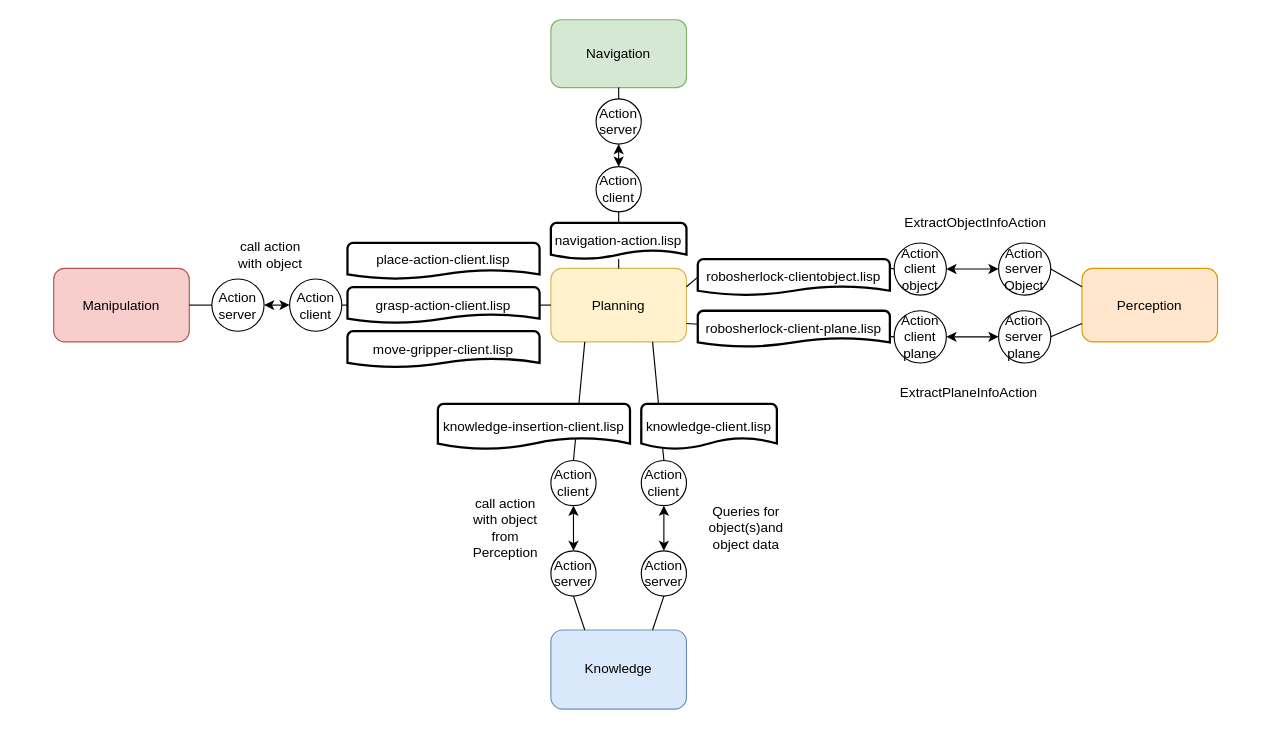
Earlier version of the draw.io diagram diagramms/Planning_with_files.drawio (SUTURO/suturo_resources). Source tidied: cells renumbered, new cells numbered last; positions are measured from the earlier drawing's top-left corner, leaving out a move shared by most shapes. Both pictures are drawn from the tidied source at 113%, with x=0, y=0 at pixel (53, 19).
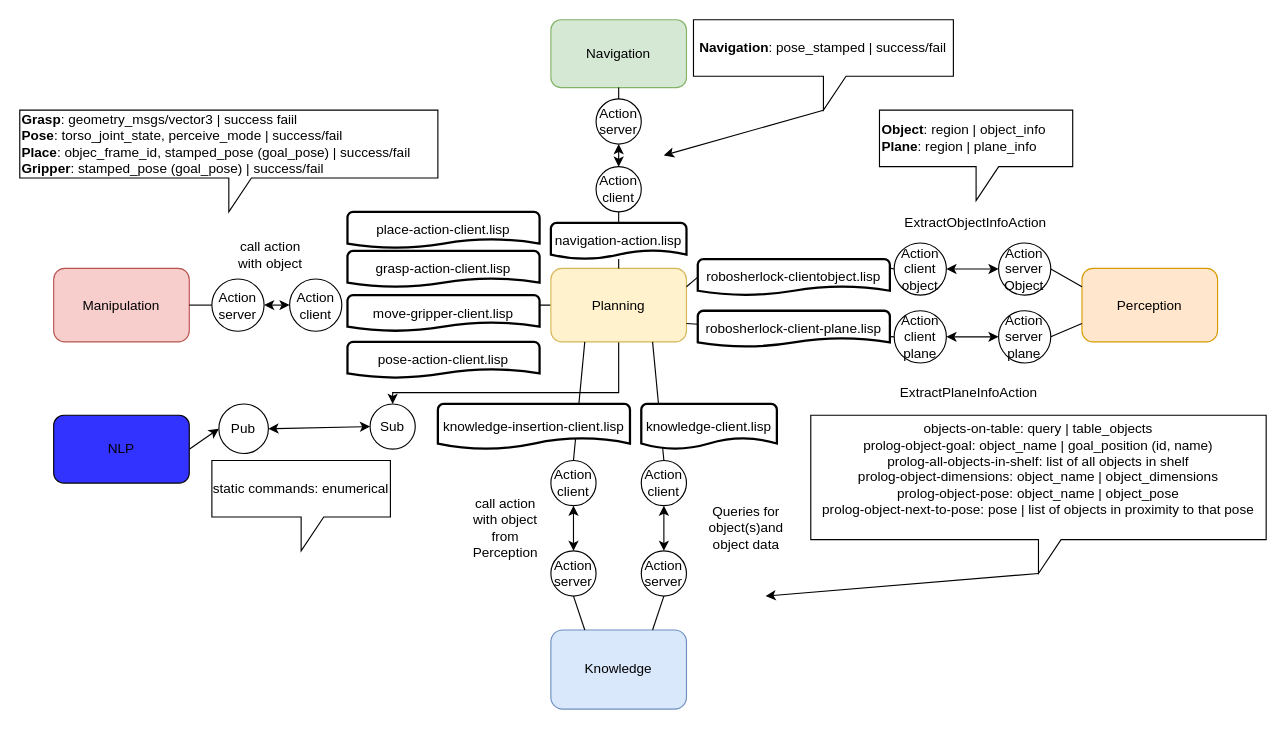
After the change.

The change refers to these unchanged cells:
```xml
<mxCell id="2" value="Planning" style="rounded=1;whiteSpace=wrap;html=1;fillColor=#fff2cc;strokeColor=#d6b656;" parent="1" vertex="1">
  <mxGeometry x="440" y="220" width="120" height="65" as="geometry" />
</mxCell>
<mxCell id="8" value="Action&lt;br&gt;client" style="ellipse;whiteSpace=wrap;html=1;" parent="1" vertex="1">
  <mxGeometry x="208.8" y="229.4" width="46.2" height="46.2" as="geometry" />
</mxCell>
```

Diff of the diagram source:
```diff
@@
+    <mxCell id="53" style="edgeStyle=orthogonalEdgeStyle;rounded=0;jettySize=auto;html=1;exitX=0;exitY=0.5;exitDx=0;exitDy=0;entryX=0;entryY=0.25;entryDx=0;entryDy=0;entryPerimeter=0;" parent="1" edge="1" source="2" target="50">
+      <mxGeometry relative="1" as="geometry">
+        <Array as="points">
+          <mxPoint x="420" y="253" />
+          <mxPoint x="240" y="252" />
+        </Array>
+      </mxGeometry>
+    </mxCell>
+    <mxCell id="54" style="edgeStyle=orthogonalEdgeStyle;rounded=0;jettySize=auto;html=1;exitX=0.5;exitY=1;exitDx=0;exitDy=0;entryX=0.5;entryY=0;entryDx=0;entryDy=0;" parent="1" edge="1" source="2" target="64">
+      <mxGeometry relative="1" as="geometry">
+        <Array as="points">
+          <mxPoint x="500" y="330" />
+        </Array>
+      </mxGeometry>
+    </mxCell>
@@
-    <mxCell id="11" style="endArrow=none;html=1;exitX=1;exitY=0.5;exitDx=0;exitDy=0;entryX=0;entryY=0.5;entryDx=0;entryDy=0;" parent="1" edge="1" source="51" target="2">
-      <mxGeometry relative="1" as="geometry" />
-    </mxCell>
@@
     <mxCell id="49" value="&lt;div&gt;place-action-client.lisp&lt;/div&gt;" style="strokeWidth=2;html=1;shape=mxgraph.flowchart.document2;whiteSpace=wrap;size=0.25;" parent="1" vertex="1">
-      <mxGeometry x="260" y="197.4" width="170" height="32" as="geometry" />
+      <mxGeometry x="260" y="170" width="170" height="32" as="geometry" />
     </mxCell>
     <mxCell id="50" value="&lt;div&gt;move-gripper-client.lisp&lt;/div&gt;" style="strokeWidth=2;html=1;shape=mxgraph.flowchart.document2;whiteSpace=wrap;size=0.25;" parent="1" vertex="1">
-      <mxGeometry x="260" y="275.6" width="170" height="32" as="geometry" />
+      <mxGeometry x="260" y="243.6" width="170" height="32" as="geometry" />
     </mxCell>
     <mxCell id="51" value="&lt;div&gt;grasp-action-client.lisp&lt;/div&gt;" style="strokeWidth=2;html=1;shape=mxgraph.flowchart.document2;whiteSpace=wrap;size=0.25;" parent="1" vertex="1">
-      <mxGeometry x="260" y="236.5" width="170" height="32" as="geometry" />
+      <mxGeometry x="260" y="204.6" width="170" height="32" as="geometry" />
     </mxCell>
-    <mxCell id="52" style="endArrow=none;html=1;exitX=1;exitY=0.5;exitDx=0;exitDy=0;entryX=0;entryY=0.5;entryDx=0;entryDy=0;" parent="1" edge="1" source="8" target="51">
-      <mxGeometry relative="1" as="geometry" />
-    </mxCell>
+    <mxCell id="55" value="&lt;div&gt;pose-action-client.lisp&lt;/div&gt;" style="strokeWidth=2;html=1;shape=mxgraph.flowchart.document2;whiteSpace=wrap;size=0.25;" parent="1" vertex="1">
+      <mxGeometry x="260" y="285" width="170" height="32" as="geometry" />
+    </mxCell>
+    <mxCell id="56" value="&lt;div align=&quot;left&quot;&gt;&lt;b&gt;Grasp&lt;/b&gt;: geometry_msgs/vector3 | success faiil&lt;/div&gt;&lt;div align=&quot;left&quot;&gt;&lt;b&gt;Pose&lt;/b&gt;: torso_joint_state, perceive_mode | success/fail&lt;/div&gt;&lt;div align=&quot;left&quot;&gt;&lt;b&gt;Place&lt;/b&gt;: objec_frame_id, stamped_pose (goal_pose) | success/fail&lt;/div&gt;&lt;div align=&quot;left&quot;&gt;&lt;b&gt;Gripper&lt;/b&gt;: stamped_pose (goal_pose) | success/fail&lt;br&gt;&lt;/div&gt;" style="shape=callout;whiteSpace=wrap;html=1;perimeter=calloutPerimeter;align=left;" parent="1" vertex="1">
+      <mxGeometry x="-30" y="80" width="370" height="90" as="geometry" />
+    </mxCell>
+    <mxCell id="57" value="&lt;b&gt;Navigation&lt;/b&gt;: pose_stamped | success/fail" style="shape=callout;whiteSpace=wrap;html=1;perimeter=calloutPerimeter;" parent="1" vertex="1">
+      <mxGeometry x="566.2" width="230" height="80" as="geometry" />
+    </mxCell>
+    <mxCell id="58" style="endArrow=classic;html=1;exitX=0;exitY=0;exitDx=115;exitDy=80;exitPerimeter=0;" parent="1" edge="1" source="57">
+      <mxGeometry relative="1" as="geometry">
+        <mxPoint x="540" y="120" as="targetPoint" />
+      </mxGeometry>
+    </mxCell>
+    <mxCell id="59" value="&lt;div align=&quot;left&quot;&gt;&lt;b&gt;Object&lt;/b&gt;: region | object_info&lt;/div&gt;&lt;div align=&quot;left&quot;&gt;&lt;b&gt;Plane&lt;/b&gt;: region | plane_info&lt;br&gt;&lt;/div&gt;" style="shape=callout;whiteSpace=wrap;html=1;perimeter=calloutPerimeter;align=left;" parent="1" vertex="1">
+      <mxGeometry x="730.8" y="80" width="171" height="80" as="geometry" />
+    </mxCell>
+    <mxCell id="60" value="&lt;div&gt;objects-on-table: query | table_objects&lt;/div&gt;&lt;div&gt;prolog-object-goal: object_name | goal_position (id, name)&lt;/div&gt;&lt;div&gt;prolog-all-objects-in-shelf: list of all objects in shelf&lt;/div&gt;&lt;div&gt;prolog-object-dimensions: object_name | object_dimensions&lt;/div&gt;&lt;div&gt;prolog-object-pose: object_name | object_pose&lt;/div&gt;&lt;div&gt;prolog-object-next-to-pose: pose | list of objects in proximity to that pose&lt;br&gt;&lt;/div&gt;&lt;div&gt;&lt;br&gt;&lt;/div&gt;" style="shape=callout;whiteSpace=wrap;html=1;perimeter=calloutPerimeter;" parent="1" vertex="1">
+      <mxGeometry x="670" y="350" width="403" height="140" as="geometry" />
+    </mxCell>
+    <mxCell id="61" style="endArrow=classic;html=1;exitX=0;exitY=0;exitDx=201.5;exitDy=140;exitPerimeter=0;" parent="1" edge="1" source="60">
+      <mxGeometry relative="1" as="geometry">
+        <mxPoint x="630" y="510" as="targetPoint" />
+      </mxGeometry>
+    </mxCell>
+    <mxCell id="62" value="NLP" style="rounded=1;whiteSpace=wrap;html=1;fillColor=#3333FF;" parent="1" vertex="1">
+      <mxGeometry y="350" width="120" height="60" as="geometry" />
+    </mxCell>
+    <mxCell id="63" value="Pub" style="ellipse;whiteSpace=wrap;html=1;" parent="1" vertex="1">
+      <mxGeometry x="146.2" y="340" width="43.8" height="43.8" as="geometry" />
+    </mxCell>
+    <mxCell id="64" value="Sub" style="ellipse;whiteSpace=wrap;html=1;" parent="1" vertex="1">
+      <mxGeometry x="280" y="340" width="40" height="40" as="geometry" />
+    </mxCell>
+    <mxCell id="65" style="endArrow=classic;startArrow=classic;html=1;entryX=0;entryY=0.5;entryDx=0;entryDy=0;exitX=1;exitY=0.5;exitDx=0;exitDy=0;" parent="1" edge="1" source="63" target="64">
+      <mxGeometry relative="1" as="geometry" />
+    </mxCell>
+    <mxCell id="66" style="endArrow=classic;html=1;exitX=1;exitY=0.5;exitDx=0;exitDy=0;entryX=0;entryY=0.5;entryDx=0;entryDy=0;" parent="1" edge="1" source="62" target="63">
+      <mxGeometry relative="1" as="geometry" />
+    </mxCell>
+    <mxCell id="67" value="static commands: enumerical" style="shape=callout;whiteSpace=wrap;html=1;perimeter=calloutPerimeter;" parent="1" vertex="1">
+      <mxGeometry x="140" y="390" width="158" height="80" as="geometry" />
+    </mxCell>
```
